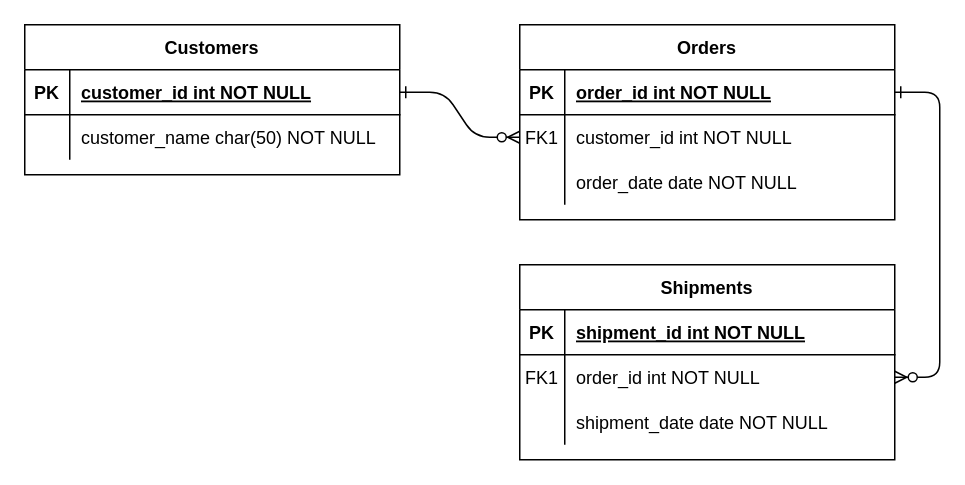
Earlier version of the draw.io diagram page "Page-1" (1 of 2) of er.drawio (noia-zhou/drawio). Source tidied: cells renumbered, new cells numbered last; positions are measured from the earlier drawing's top-left corner, leaving out a move shared by most shapes. Both pictures are drawn from the tidied source at 150%, with x=0, y=0 at pixel (24, 24).
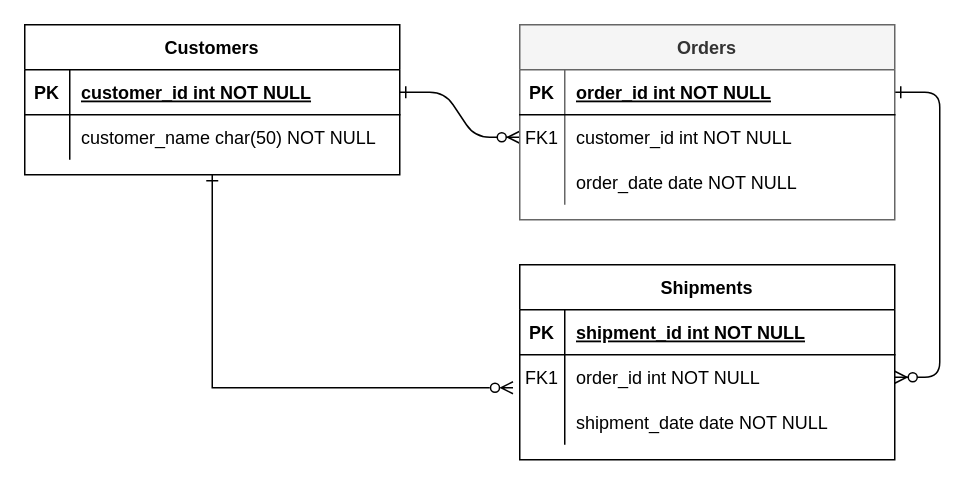
The same page after the edit.

The change refers to these unchanged cells:
```xml
<mxCell id="8" style="shape=partialRectangle;fillColor=none;points=[[0,0.5],[1,0.5]];portConstraint=eastwest;top=0;left=0;right=0;bottom=0;" parent="4" vertex="1">
  <mxGeometry y="60" width="250" height="30" as="geometry" />
</mxCell>
<mxCell id="21" style="shape=partialRectangle;fillColor=none;points=[[0,0.5],[1,0.5]];portConstraint=eastwest;top=0;left=0;right=0;bottom=0;" parent="14" vertex="1">
  <mxGeometry y="90" width="250" height="30" as="geometry" />
</mxCell>
<mxCell id="24" value="Customers" style="shape=table;startSize=30;childLayout=tableLayout;rowLines=0;fontStyle=1;align=center;" parent="1" vertex="1">
  <mxGeometry width="250" height="100" as="geometry" />
</mxCell>
<mxCell id="25" style="shape=partialRectangle;fillColor=none;points=[[0,0.5],[1,0.5]];portConstraint=eastwest;top=0;left=0;right=0;bottom=1;" parent="24" vertex="1">
  <mxGeometry y="30" width="250" height="30" as="geometry" />
</mxCell>
```

The edit, as a diff of the source:
```diff
@@
-    <mxCell id="2" style="edgeStyle=entityRelationEdgeStyle;endArrow=ERzeroToMany;startArrow=ERone;endFill=1;startFill=0;" parent="1" edge="1" source="25" target="8">
+    <mxCell id="2" style="edgeStyle=entityRelationEdgeStyle;endArrow=ERzeroToMany;startArrow=ERone;endFill=1;startFill=0;entryX=0;entryY=0.5;entryDx=0;entryDy=0;" parent="1" edge="1" source="25" target="8">
       <mxGeometry relative="1" as="geometry" />
     </mxCell>
@@
-    <mxCell id="4" value="Orders" style="shape=table;startSize=30;childLayout=tableLayout;rowLines=0;fontStyle=1;align=center;" parent="1" vertex="1">
+    <mxCell id="4" value="Orders" style="shape=table;startSize=30;childLayout=tableLayout;rowLines=0;fontStyle=1;align=center;fillColor=#f5f5f5;strokeColor=#666666;fontColor=#333333;" parent="1" vertex="1">
       <mxGeometry x="330" width="250" height="130" as="geometry" />
     </mxCell>
@@
+    <mxCell id="31" style="edgeStyle=orthogonalEdgeStyle;rounded=0;jettySize=auto;html=1;entryX=-0.018;entryY=-0.267;entryDx=0;entryDy=0;entryPerimeter=0;endArrow=ERzeroToMany;endFill=0;startArrow=ERone;startFill=0;" parent="1" edge="1" source="24" target="21">
+      <mxGeometry relative="1" as="geometry" />
+    </mxCell>
```
